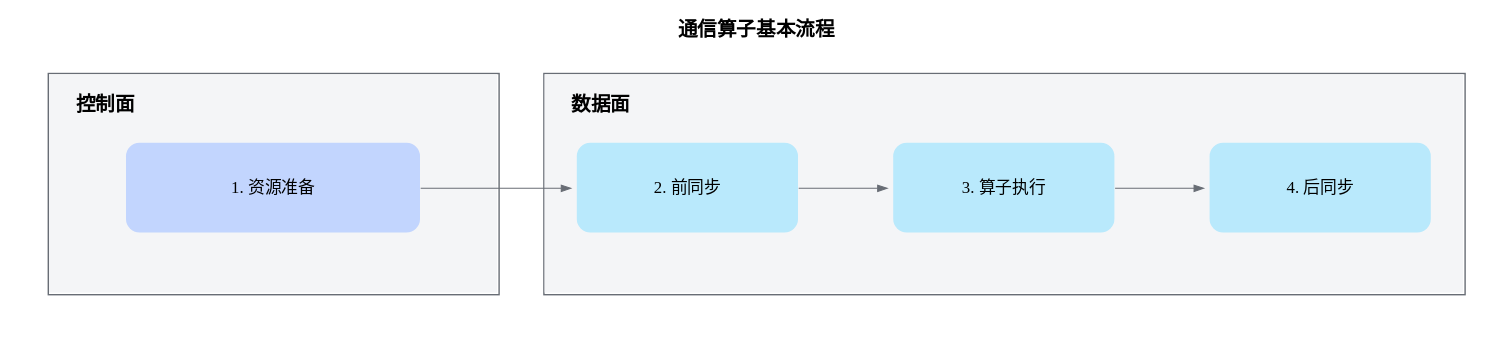
Above: docs/zh/programming_model/figures/src/communication_operator_workflow.svg in Atlas-Ascend-Fork/asc-comm (draw.io), before the change. Source tidied: cells renumbered, new cells last; positions are measured from the earlier drawing's top-left corner, leaving out a move shared by most shapes.
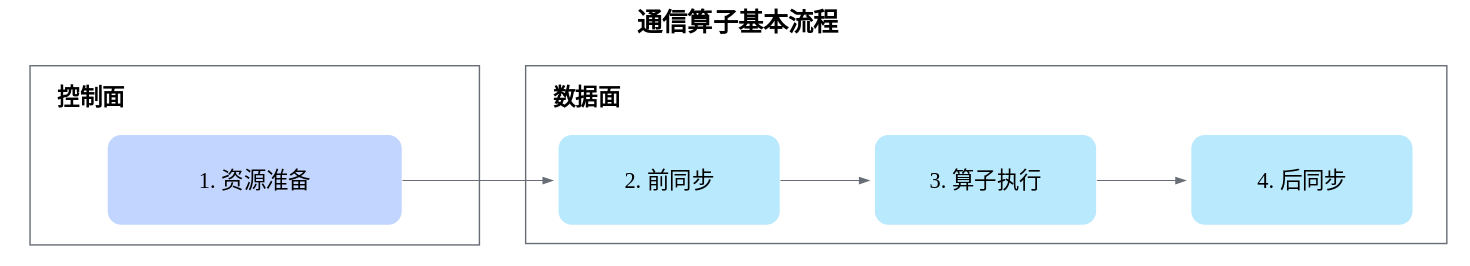
After the change.

What changed in the source:
```diff
@@ -2,55 +2,49 @@
   <root>
     <mxCell id="0" />
     <mxCell id="1" parent="0" />
-    <mxCell id="2" style="rounded=0;whiteSpace=wrap;html=1;strokeColor=none;fontFamily=方正兰亭黑简体;" parent="1" vertex="1">
-      <mxGeometry width="1080" height="260" as="geometry" />
+    <mxCell id="2" style="rounded=0;whiteSpace=wrap;html=1;strokeColor=none;fontFamily=方正兰亭黑简体;fontSize=16;" parent="1" vertex="1">
+      <mxGeometry x="13" y="5" width="1050" height="189" as="geometry" />
     </mxCell>
-    <mxCell id="3" value="&lt;font style=&quot;font-size: 14px;&quot;&gt;&lt;b&gt;通信算子基本流程&lt;/b&gt;&lt;/font&gt;" style="text;html=1;strokeColor=none;fillColor=none;whiteSpace=wrap;overflow=visible;fontFamily=方正兰亭黑简体;fontSize=14;fontColor=#000000;align=center;verticalAlign=middle;spacing=0;fontStyle=1;" parent="1" vertex="1">
+    <mxCell id="3" value="&lt;font&gt;&lt;b&gt;通信算子基本流程&lt;/b&gt;&lt;/font&gt;" style="text;html=1;strokeColor=none;fillColor=none;whiteSpace=wrap;overflow=visible;fontFamily=方正兰亭黑简体;fontSize=18;fontColor=#000000;align=center;verticalAlign=middle;spacing=0;fontStyle=1;" parent="1" vertex="1">
       <mxGeometry x="440" y="8" width="200" height="28" as="geometry" />
     </mxCell>
-    <mxCell id="4" style="rounded=0;whiteSpace=wrap;html=1;strokeColor=#686D75;fontFamily=方正兰亭黑简体;fontSize=10.5;" parent="1" vertex="1">
-      <mxGeometry x="34" y="52" width="322" height="158" as="geometry" />
+    <mxCell id="4" style="rounded=0;whiteSpace=wrap;html=1;strokeColor=#686D75;fontFamily=方正兰亭黑简体;fontSize=16;" parent="1" vertex="1">
+      <mxGeometry x="34" y="52" width="321" height="128" as="geometry" />
     </mxCell>
-    <mxCell id="5" style="rounded=0;whiteSpace=wrap;html=1;fillColor=#F4F5F7;strokeColor=none;fontFamily=方正兰亭黑简体;" parent="1" vertex="1">
-      <mxGeometry x="35" y="53" width="320" height="156" as="geometry" />
-    </mxCell>
-    <mxCell id="6" value="&lt;font style=&quot;font-size: 14px;&quot;&gt;&lt;b&gt;控制面&lt;/b&gt;&lt;/font&gt;" style="text;html=1;strokeColor=none;fillColor=none;whiteSpace=wrap;overflow=visible;fontFamily=方正兰亭黑简体;fontSize=14;fontColor=#000000;align=left;verticalAlign=middle;spacing=0;fontStyle=1;" parent="1" vertex="1">
+    <mxCell id="6" value="&lt;font&gt;&lt;b&gt;控制面&lt;/b&gt;&lt;/font&gt;" style="text;html=1;strokeColor=none;fillColor=none;whiteSpace=wrap;overflow=visible;fontFamily=方正兰亭黑简体;fontSize=16;fontColor=#000000;align=left;verticalAlign=middle;spacing=0;fontStyle=1;" parent="1" vertex="1">
       <mxGeometry x="54" y="64" width="60" height="22" as="geometry" />
     </mxCell>
-    <mxCell id="7" style="rounded=0;whiteSpace=wrap;html=1;strokeColor=#686D75;fontFamily=方正兰亭黑简体;fontSize=10.5;" parent="1" vertex="1">
-      <mxGeometry x="388" y="52" width="658" height="158" as="geometry" />
+    <mxCell id="7" style="rounded=0;whiteSpace=wrap;html=1;strokeColor=#686D75;fontFamily=方正兰亭黑简体;fontSize=16;labelBackgroundColor=none;" parent="1" vertex="1">
+      <mxGeometry x="388" y="52" width="658" height="127" as="geometry" />
     </mxCell>
-    <mxCell id="8" style="rounded=0;whiteSpace=wrap;html=1;fillColor=#F4F5F7;strokeColor=none;fontFamily=方正兰亭黑简体;" parent="1" vertex="1">
-      <mxGeometry x="389" y="53" width="656" height="156" as="geometry" />
-    </mxCell>
-    <mxCell id="9" value="&lt;font style=&quot;font-size: 14px;&quot;&gt;&lt;b&gt;数据面&lt;/b&gt;&lt;/font&gt;" style="text;html=1;strokeColor=none;fillColor=none;whiteSpace=wrap;overflow=visible;fontFamily=方正兰亭黑简体;fontSize=14;fontColor=#000000;align=left;verticalAlign=middle;spacing=0;fontStyle=1;" parent="1" vertex="1">
+    <mxCell id="9" value="&lt;font&gt;&lt;b&gt;数据面&lt;/b&gt;&lt;/font&gt;" style="text;html=1;strokeColor=none;fillColor=none;whiteSpace=wrap;overflow=visible;fontFamily=方正兰亭黑简体;fontSize=16;fontColor=#000000;align=left;verticalAlign=middle;spacing=0;fontStyle=1;" parent="1" vertex="1">
       <mxGeometry x="408" y="64" width="60" height="22" as="geometry" />
     </mxCell>
-    <mxCell id="10" value="&lt;span style=&quot;line-height: 100%;&quot;&gt;&lt;font&gt;1. 资源准备&lt;/font&gt;&lt;/span&gt;" style="rounded=1;whiteSpace=wrap;html=1;fillColor=#C2D5FE;strokeColor=none;fontFamily=方正兰亭黑简体;" parent="1" vertex="1">
+    <mxCell id="10" value="&lt;span style=&quot;line-height: 100%;&quot;&gt;&lt;font&gt;1. 资源准备&lt;/font&gt;&lt;/span&gt;" style="rounded=1;whiteSpace=wrap;html=1;fillColor=#C2D5FE;strokeColor=none;fontFamily=方正兰亭黑简体;fontSize=16;" parent="1" vertex="1">
       <mxGeometry x="90" y="102" width="210" height="64" as="geometry" />
     </mxCell>
-    <mxCell id="11" value="&lt;span style=&quot;line-height: 100%;&quot;&gt;&lt;font&gt;2. 前同步&lt;/font&gt;&lt;/span&gt;" style="rounded=1;whiteSpace=wrap;html=1;fillColor=light-dark(#B9E9FC,#121212);strokeColor=none;fontFamily=方正兰亭黑简体;" parent="1" vertex="1">
+    <mxCell id="11" value="&lt;span style=&quot;line-height: 100%;&quot;&gt;&lt;font&gt;2. 前同步&lt;/font&gt;&lt;/span&gt;" style="rounded=1;whiteSpace=wrap;html=1;fillColor=light-dark(#B9E9FC,#121212);strokeColor=none;fontFamily=方正兰亭黑简体;fontSize=16;" parent="1" vertex="1">
       <mxGeometry x="412" y="102" width="158" height="64" as="geometry" />
     </mxCell>
-    <mxCell id="12" value="&lt;font&gt;&lt;span style=&quot;&quot;&gt;3. 算子执行&lt;/span&gt;&lt;/font&gt;" style="rounded=1;whiteSpace=wrap;html=1;fillColor=light-dark(#B9E9FC,#121212);strokeColor=none;fontColor=#000000;fontFamily=方正兰亭黑简体;" parent="1" vertex="1">
+    <mxCell id="12" value="&lt;font&gt;&lt;span&gt;3. 算子执行&lt;/span&gt;&lt;/font&gt;" style="rounded=1;whiteSpace=wrap;html=1;fillColor=light-dark(#B9E9FC,#121212);strokeColor=none;fontColor=#000000;fontFamily=方正兰亭黑简体;fontSize=16;" parent="1" vertex="1">
       <mxGeometry x="638" y="102" width="158" height="64" as="geometry" />
     </mxCell>
-    <mxCell id="13" value="&lt;span style=&quot;line-height: 100%;&quot;&gt;&lt;font&gt;4. 后同步&lt;/font&gt;&lt;/span&gt;" style="rounded=1;whiteSpace=wrap;html=1;fillColor=light-dark(#B9E9FC,#121212);strokeColor=none;fontFamily=方正兰亭黑简体;" parent="1" vertex="1">
+    <mxCell id="13" value="&lt;span style=&quot;line-height: 100%;&quot;&gt;&lt;font&gt;4. 后同步&lt;/font&gt;&lt;/span&gt;" style="rounded=1;whiteSpace=wrap;html=1;fillColor=light-dark(#B9E9FC,#121212);strokeColor=none;fontFamily=方正兰亭黑简体;fontSize=16;" parent="1" vertex="1">
       <mxGeometry x="864" y="102" width="158" height="64" as="geometry" />
     </mxCell>
-    <mxCell id="14" style="endArrow=none;html=1;rounded=0;fontSize=6;strokeWidth=0.75;strokeColor=#686D75;startArrow=blockThin;startFill=1;fontFamily=方正兰亭黑简体;" parent="1" edge="1">
+    <mxCell id="14" style="endArrow=none;html=1;rounded=0;fontSize=16;strokeWidth=0.75;strokeColor=#686D75;startArrow=blockThin;startFill=1;fontFamily=方正兰亭黑简体;" parent="1" edge="1">
       <mxGeometry relative="1" as="geometry">
         <mxPoint x="408" y="134" as="sourcePoint" />
         <mxPoint x="300" y="134" as="targetPoint" />
       </mxGeometry>
     </mxCell>
-    <mxCell id="15" style="endArrow=none;html=1;rounded=0;fontSize=6;strokeWidth=0.75;strokeColor=#686D75;startArrow=blockThin;startFill=1;fontFamily=方正兰亭黑简体;" parent="1" edge="1">
+    <mxCell id="15" style="endArrow=none;html=1;rounded=0;fontSize=16;strokeWidth=0.75;strokeColor=#686D75;startArrow=blockThin;startFill=1;fontFamily=方正兰亭黑简体;" parent="1" edge="1">
       <mxGeometry relative="1" as="geometry">
         <mxPoint x="634" y="134" as="sourcePoint" />
         <mxPoint x="570" y="134" as="targetPoint" />
       </mxGeometry>
     </mxCell>
-    <mxCell id="16" style="endArrow=none;html=1;rounded=0;fontSize=6;strokeWidth=0.75;strokeColor=#686D75;startArrow=blockThin;startFill=1;fontFamily=方正兰亭黑简体;" parent="1" edge="1">
+    <mxCell id="16" style="endArrow=none;html=1;rounded=0;fontSize=16;strokeWidth=0.75;strokeColor=#686D75;startArrow=blockThin;startFill=1;fontFamily=方正兰亭黑简体;" parent="1" edge="1">
       <mxGeometry relative="1" as="geometry">
         <mxPoint x="860" y="134" as="sourcePoint" />
         <mxPoint x="796" y="134" as="targetPoint" />
```
